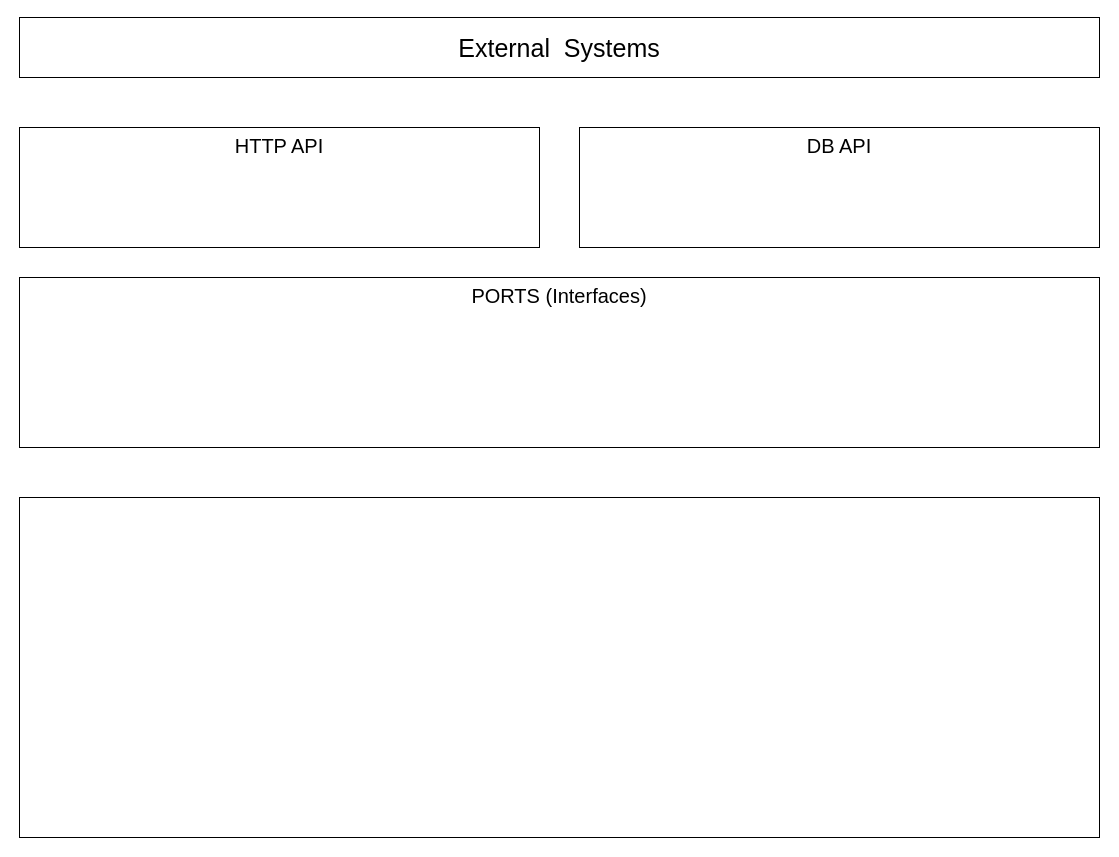
Above: Architecture-workout-evo.drawio in OleksiyKharkiv/workout-evo (draw.io), before the change. Source tidied: cells renumbered, new cells numbered last; positions are measured from the earlier drawing's top-left corner, leaving out a move shared by most shapes. Both pictures are drawn from the tidied source at 100%, with x=0, y=0 at pixel (19, 17).
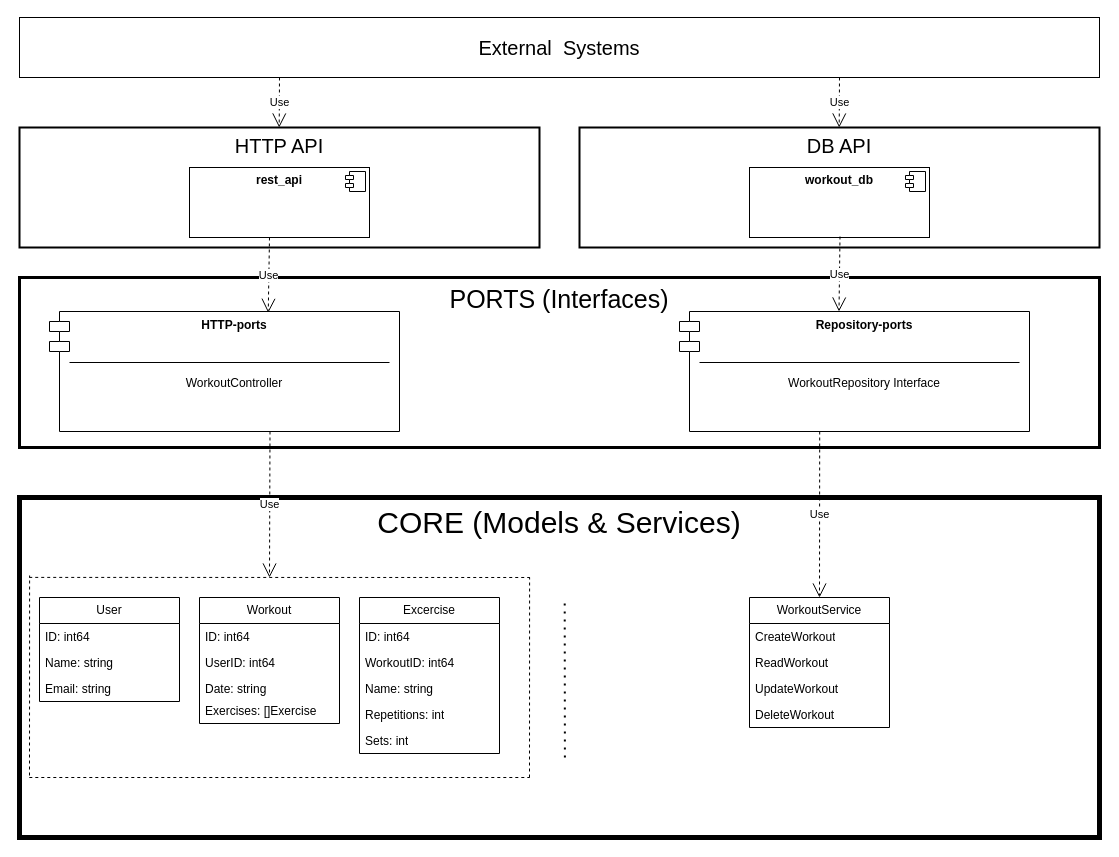
The same diagram, later.

Change to the diagram source:
```diff
@@
-    <mxCell id="2" style="rounded=0;whiteSpace=wrap;html=1;" parent="1" vertex="1">
+    <mxCell id="2" value="&lt;font style=&quot;font-size: 30px;&quot;&gt;CORE (Models &amp;amp; Services)&lt;/font&gt;" style="rounded=0;whiteSpace=wrap;html=1;verticalAlign=top;spacing=3;strokeWidth=5;" parent="1" vertex="1">
       <mxGeometry y="480" width="1080" height="340" as="geometry" />
     </mxCell>
-    <mxCell id="3" value="&lt;font style=&quot;font-size: 20px;&quot;&gt;PORTS (Interfaces)&lt;/font&gt;" style="rounded=0;whiteSpace=wrap;html=1;verticalAlign=top;" parent="1" vertex="1">
+    <mxCell id="3" value="&lt;font style=&quot;font-size: 25px;&quot;&gt;PORTS (Interfaces)&lt;/font&gt;" style="rounded=0;whiteSpace=wrap;html=1;verticalAlign=top;strokeWidth=3;" parent="1" vertex="1">
       <mxGeometry y="260" width="1080" height="170" as="geometry" />
     </mxCell>
-    <mxCell id="4" value="&lt;font style=&quot;font-size: 20px;&quot;&gt;HTTP API&lt;/font&gt;" style="rounded=0;whiteSpace=wrap;html=1;verticalAlign=top;" parent="1" vertex="1">
+    <mxCell id="4" value="&lt;font style=&quot;font-size: 20px;&quot;&gt;HTTP API&lt;/font&gt;" style="rounded=0;whiteSpace=wrap;html=1;verticalAlign=top;strokeWidth=2;" parent="1" vertex="1">
       <mxGeometry y="110" width="520" height="120" as="geometry" />
     </mxCell>
-    <mxCell id="5" value="&lt;font style=&quot;font-size: 25px;&quot;&gt;External&amp;nbsp; Systems&lt;/font&gt;" style="rounded=0;whiteSpace=wrap;html=1;" parent="1" vertex="1">
+    <mxCell id="5" value="&lt;font style=&quot;font-size: 20px;&quot;&gt;External&amp;nbsp; Systems&lt;/font&gt;" style="rounded=0;whiteSpace=wrap;html=1;" parent="1" vertex="1">
       <mxGeometry width="1080" height="60" as="geometry" />
     </mxCell>
-    <mxCell id="6" value="&lt;font style=&quot;font-size: 20px;&quot;&gt;DB API&lt;/font&gt;" style="rounded=0;whiteSpace=wrap;html=1;verticalAlign=top;" parent="1" vertex="1">
+    <mxCell id="6" value="&lt;font style=&quot;font-size: 20px;&quot;&gt;DB API&lt;/font&gt;" style="rounded=0;whiteSpace=wrap;html=1;verticalAlign=top;strokeWidth=2;" parent="1" vertex="1">
       <mxGeometry x="560" y="110" width="520" height="120" as="geometry" />
     </mxCell>
+    <mxCell id="7" value="Workout" style="swimlane;fontStyle=0;horizontal=1;startSize=26;fillColor=none;whiteSpace=wrap;html=1;" parent="1" vertex="1">
+      <mxGeometry x="180" y="580" width="140" height="126" as="geometry" />
+    </mxCell>
+    <mxCell id="8" value="ID: int64" style="text;strokeColor=none;fillColor=none;align=left;verticalAlign=top;spacingLeft=4;spacingRight=4;overflow=hidden;whiteSpace=wrap;html=1;" parent="7" vertex="1">
+      <mxGeometry y="26" width="140" height="26" as="geometry" />
+    </mxCell>
+    <mxCell id="9" value="UserID: int64" style="text;strokeColor=none;fillColor=none;align=left;verticalAlign=top;spacingLeft=4;spacingRight=4;overflow=hidden;whiteSpace=wrap;html=1;" parent="7" vertex="1">
+      <mxGeometry y="52" width="140" height="26" as="geometry" />
+    </mxCell>
+    <mxCell id="10" value="Date: string" style="text;strokeColor=none;fillColor=none;align=left;verticalAlign=top;spacingLeft=4;spacingRight=4;overflow=hidden;whiteSpace=wrap;html=1;" parent="7" vertex="1">
+      <mxGeometry y="78" width="140" height="22" as="geometry" />
+    </mxCell>
+    <mxCell id="11" value="Exercises: []Exercise" style="text;strokeColor=none;fillColor=none;align=left;verticalAlign=top;spacingLeft=4;spacingRight=4;overflow=hidden;whiteSpace=wrap;html=1;" parent="7" vertex="1">
+      <mxGeometry y="100" width="140" height="26" as="geometry" />
+    </mxCell>
+    <mxCell id="12" value="Excercise" style="swimlane;fontStyle=0;horizontal=1;startSize=26;fillColor=none;whiteSpace=wrap;html=1;" parent="1" vertex="1">
+      <mxGeometry x="340" y="580" width="140" height="156" as="geometry" />
+    </mxCell>
+    <mxCell id="13" value="ID: int64" style="text;strokeColor=none;fillColor=none;align=left;verticalAlign=top;spacingLeft=4;spacingRight=4;overflow=hidden;whiteSpace=wrap;html=1;" parent="12" vertex="1">
+      <mxGeometry y="26" width="140" height="26" as="geometry" />
+    </mxCell>
+    <mxCell id="14" value="WorkoutID: int64" style="text;strokeColor=none;fillColor=none;align=left;verticalAlign=top;spacingLeft=4;spacingRight=4;overflow=hidden;whiteSpace=wrap;html=1;" parent="12" vertex="1">
+      <mxGeometry y="52" width="140" height="26" as="geometry" />
+    </mxCell>
+    <mxCell id="15" value="Name: string" style="text;strokeColor=none;fillColor=none;align=left;verticalAlign=top;spacingLeft=4;spacingRight=4;overflow=hidden;whiteSpace=wrap;html=1;" parent="12" vertex="1">
+      <mxGeometry y="78" width="140" height="26" as="geometry" />
+    </mxCell>
+    <mxCell id="16" value="Repetitions: int" style="text;strokeColor=none;fillColor=none;align=left;verticalAlign=top;spacingLeft=4;spacingRight=4;overflow=hidden;whiteSpace=wrap;html=1;" parent="12" vertex="1">
+      <mxGeometry y="104" width="140" height="26" as="geometry" />
+    </mxCell>
+    <mxCell id="17" value="Sets: int" style="text;strokeColor=none;fillColor=none;align=left;verticalAlign=top;spacingLeft=4;spacingRight=4;overflow=hidden;whiteSpace=wrap;html=1;" parent="12" vertex="1">
+      <mxGeometry y="130" width="140" height="26" as="geometry" />
+    </mxCell>
+    <mxCell id="18" value="WorkoutService" style="swimlane;fontStyle=0;horizontal=1;startSize=26;fillColor=none;whiteSpace=wrap;html=1;" parent="1" vertex="1">
+      <mxGeometry x="730" y="580" width="140" height="130" as="geometry" />
+    </mxCell>
+    <mxCell id="19" value="CreateWorkout" style="text;strokeColor=none;fillColor=none;align=left;verticalAlign=top;spacingLeft=4;spacingRight=4;overflow=hidden;whiteSpace=wrap;html=1;" parent="18" vertex="1">
+      <mxGeometry y="26" width="140" height="26" as="geometry" />
+    </mxCell>
+    <mxCell id="20" value="ReadWorkout" style="text;strokeColor=none;fillColor=none;align=left;verticalAlign=top;spacingLeft=4;spacingRight=4;overflow=hidden;whiteSpace=wrap;html=1;" parent="18" vertex="1">
+      <mxGeometry y="52" width="140" height="26" as="geometry" />
+    </mxCell>
+    <mxCell id="21" value="UpdateWorkout" style="text;strokeColor=none;fillColor=none;align=left;verticalAlign=top;spacingLeft=4;spacingRight=4;overflow=hidden;whiteSpace=wrap;html=1;" parent="18" vertex="1">
+      <mxGeometry y="78" width="140" height="26" as="geometry" />
+    </mxCell>
+    <mxCell id="22" value="DeleteWorkout" style="text;strokeColor=none;fillColor=none;align=left;verticalAlign=top;spacingLeft=4;spacingRight=4;overflow=hidden;whiteSpace=wrap;html=1;" parent="18" vertex="1">
+      <mxGeometry y="104" width="140" height="26" as="geometry" />
+    </mxCell>
+    <mxCell id="23" value="User" style="swimlane;fontStyle=0;horizontal=1;startSize=26;fillColor=none;whiteSpace=wrap;html=1;" parent="1" vertex="1">
+      <mxGeometry x="20" y="580" width="140" height="104" as="geometry" />
+    </mxCell>
+    <mxCell id="24" value="ID: int64" style="text;strokeColor=none;fillColor=none;align=left;verticalAlign=top;spacingLeft=4;spacingRight=4;overflow=hidden;whiteSpace=wrap;html=1;" parent="23" vertex="1">
+      <mxGeometry y="26" width="140" height="26" as="geometry" />
+    </mxCell>
+    <mxCell id="25" value="Name: string&amp;nbsp;" style="text;strokeColor=none;fillColor=none;align=left;verticalAlign=top;spacingLeft=4;spacingRight=4;overflow=hidden;whiteSpace=wrap;html=1;" parent="23" vertex="1">
+      <mxGeometry y="52" width="140" height="26" as="geometry" />
+    </mxCell>
+    <mxCell id="26" value="Email: string" style="text;strokeColor=none;fillColor=none;align=left;verticalAlign=top;spacingLeft=4;spacingRight=4;overflow=hidden;whiteSpace=wrap;html=1;" parent="23" vertex="1">
+      <mxGeometry y="78" width="140" height="26" as="geometry" />
+    </mxCell>
+    <mxCell id="27" value="&lt;b&gt;HTTP-ports&lt;/b&gt;&lt;div&gt;&lt;br&gt;&lt;/div&gt;&lt;div&gt;&lt;br&gt;&lt;/div&gt;&lt;div&gt;&lt;br&gt;&lt;/div&gt;&lt;div&gt;WorkoutController&lt;/div&gt;" style="shape=module;align=left;spacingLeft=20;align=center;verticalAlign=top;whiteSpace=wrap;html=1;" parent="1" vertex="1">
+      <mxGeometry x="30" y="294" width="350" height="120" as="geometry" />
+    </mxCell>
+    <mxCell id="28" style="line;strokeWidth=1;fillColor=none;align=left;verticalAlign=middle;spacingTop=-1;spacingLeft=3;spacingRight=3;labelPosition=right;strokeColor=inherit;" parent="1" vertex="1">
+      <mxGeometry x="50" y="341" width="320" height="8" as="geometry" />
+    </mxCell>
+    <mxCell id="29" value="&lt;b&gt;Repository-ports&lt;/b&gt;&lt;div&gt;&lt;br&gt;&lt;/div&gt;&lt;div&gt;&lt;br&gt;&lt;/div&gt;&lt;div&gt;&lt;br&gt;&lt;/div&gt;&lt;div&gt;WorkoutRepository Interface&lt;/div&gt;" style="shape=module;align=left;spacingLeft=20;align=center;verticalAlign=top;whiteSpace=wrap;html=1;" parent="1" vertex="1">
+      <mxGeometry x="660" y="294" width="350" height="120" as="geometry" />
+    </mxCell>
+    <mxCell id="30" style="line;strokeWidth=1;fillColor=none;align=left;verticalAlign=middle;spacingTop=-1;spacingLeft=3;spacingRight=3;labelPosition=right;strokeColor=inherit;" parent="1" vertex="1">
+      <mxGeometry x="680" y="341" width="320" height="8" as="geometry" />
+    </mxCell>
+    <mxCell id="31" style="endArrow=none;dashed=1;html=1;dashPattern=1 3;strokeWidth=2;rounded=0;entryX=0.565;entryY=0.011;entryDx=0;entryDy=0;entryPerimeter=0;exitX=0.505;exitY=0.765;exitDx=0;exitDy=0;exitPerimeter=0;" parent="1" edge="1" source="2">
+      <mxGeometry relative="1" as="geometry">
+        <mxPoint x="545.2" y="580" as="targetPoint" />
+      </mxGeometry>
+    </mxCell>
+    <mxCell id="32" value="&lt;p style=&quot;margin:0px;margin-top:6px;text-align:center;&quot;&gt;&lt;b&gt;rest_api&lt;/b&gt;&lt;/p&gt;" style="align=left;overflow=fill;html=1;whiteSpace=wrap;" parent="1" vertex="1">
+      <mxGeometry x="170" y="150" width="180" height="70" as="geometry" />
+    </mxCell>
+    <mxCell id="33" style="shape=component;jettyWidth=8;jettyHeight=4;" parent="32" vertex="1">
+      <mxGeometry x="1" width="20" height="20" relative="1" as="geometry">
+        <mxPoint x="-24" y="4" as="offset" />
+      </mxGeometry>
+    </mxCell>
+    <mxCell id="34" value="&lt;p style=&quot;margin:0px;margin-top:6px;text-align:center;&quot;&gt;&lt;b&gt;workout_db&lt;/b&gt;&lt;/p&gt;" style="align=left;overflow=fill;html=1;whiteSpace=wrap;" parent="1" vertex="1">
+      <mxGeometry x="730" y="150" width="180" height="70" as="geometry" />
+    </mxCell>
+    <mxCell id="35" style="shape=component;jettyWidth=8;jettyHeight=4;" parent="34" vertex="1">
+      <mxGeometry x="1" width="20" height="20" relative="1" as="geometry">
+        <mxPoint x="-24" y="4" as="offset" />
+      </mxGeometry>
+    </mxCell>
+    <mxCell id="36" value="Use" style="endArrow=open;endSize=12;dashed=1;html=1;rounded=0;" parent="1" edge="1">
+      <mxGeometry relative="1" as="geometry">
+        <mxPoint x="260" y="60" as="sourcePoint" />
+        <mxPoint x="259.7" y="110" as="targetPoint" />
+      </mxGeometry>
+    </mxCell>
+    <mxCell id="37" value="Use" style="endArrow=open;endSize=12;dashed=1;html=1;rounded=0;" parent="1" edge="1">
+      <mxGeometry relative="1" as="geometry">
+        <mxPoint x="820" y="60" as="sourcePoint" />
+        <mxPoint x="819.7" y="110" as="targetPoint" />
+      </mxGeometry>
+    </mxCell>
+    <mxCell id="38" value="Use" style="endArrow=open;endSize=12;dashed=1;html=1;rounded=0;entryX=0.625;entryY=0.011;entryDx=0;entryDy=0;entryPerimeter=0;" parent="1" edge="1" target="27">
+      <mxGeometry relative="1" as="geometry">
+        <mxPoint x="250" y="220" as="sourcePoint" />
+      </mxGeometry>
+    </mxCell>
+    <mxCell id="39" value="Use" style="endArrow=open;endSize=12;dashed=1;html=1;rounded=0;entryX=0.625;entryY=0.011;entryDx=0;entryDy=0;entryPerimeter=0;" parent="1" edge="1">
+      <mxGeometry relative="1" as="geometry">
+        <mxPoint x="820.5" y="219" as="sourcePoint" />
+        <mxPoint x="819.5" y="294" as="targetPoint" />
+      </mxGeometry>
+    </mxCell>
+    <mxCell id="40" style="endArrow=none;dashed=1;html=1;rounded=0;entryX=0.667;entryY=0.206;entryDx=0;entryDy=0;entryPerimeter=0;exitX=0.009;exitY=0.235;exitDx=0;exitDy=0;exitPerimeter=0;" parent="1" edge="1" source="2">
+      <mxGeometry relative="1" as="geometry">
+        <mxPoint x="510.4" y="560" as="targetPoint" />
+      </mxGeometry>
+    </mxCell>
+    <mxCell id="41" style="endArrow=none;dashed=1;html=1;rounded=0;entryX=0.667;entryY=0.206;entryDx=0;entryDy=0;entryPerimeter=0;exitX=0.009;exitY=0.235;exitDx=0;exitDy=0;exitPerimeter=0;" parent="1" edge="1">
+      <mxGeometry relative="1" as="geometry">
+        <mxPoint x="9.8" y="760" as="sourcePoint" />
+        <mxPoint x="510.2" y="760" as="targetPoint" />
+      </mxGeometry>
+    </mxCell>
+    <mxCell id="42" style="endArrow=none;dashed=1;html=1;rounded=0;" parent="1" edge="1">
+      <mxGeometry relative="1" as="geometry">
+        <mxPoint x="510" y="760" as="sourcePoint" />
+        <mxPoint x="510.1" y="560" as="targetPoint" />
+      </mxGeometry>
+    </mxCell>
+    <mxCell id="43" style="endArrow=none;dashed=1;html=1;rounded=0;" parent="1" edge="1">
+      <mxGeometry relative="1" as="geometry">
+        <mxPoint x="10" y="758" as="sourcePoint" />
+        <mxPoint x="10.1" y="558" as="targetPoint" />
+      </mxGeometry>
+    </mxCell>
+    <mxCell id="44" value="Use" style="endArrow=open;endSize=12;dashed=1;html=1;rounded=0;" parent="1" edge="1">
+      <mxGeometry relative="1" as="geometry">
+        <mxPoint x="250.5" y="414" as="sourcePoint" />
+        <mxPoint x="250" y="560" as="targetPoint" />
+      </mxGeometry>
+    </mxCell>
+    <mxCell id="45" value="Use" style="endArrow=open;endSize=12;dashed=1;html=1;rounded=0;entryX=0.5;entryY=0;entryDx=0;entryDy=0;" parent="1" edge="1" target="18">
+      <mxGeometry relative="1" as="geometry">
+        <mxPoint x="800.2" y="414" as="sourcePoint" />
+      </mxGeometry>
+    </mxCell>
```
